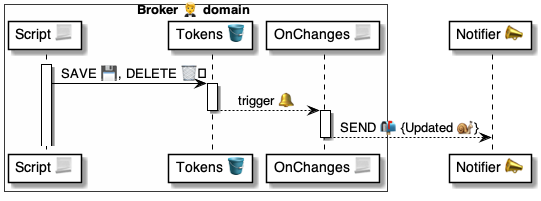
The PlantUML diagram 4 ⚙️ Solution/20 🧑‍🦰 UI/Brokers 🤵/🤵🪣 Broker tables/Chats 💬 table/🪣🔔 OnChatChanges/🤵 OnChatChanges ⚙️ uml.png in pollyweb-org/pollyweb-docs, before a commit. Its source is kept beside it as 4 ⚙️ Solution/20 🧑‍🦰 UI/Brokers 🤵/🤵🪣 Broker tables/Chats 💬 table/🪣🔔 OnChatChanges/🤵 OnChatChanges ⚙️ uml.puml.
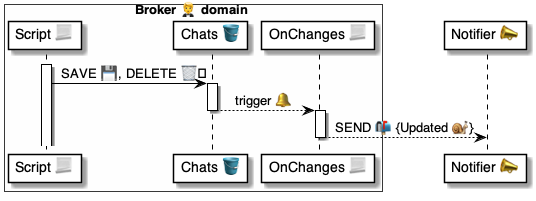
After the commit.

Change to the diagram source:
```diff
@@ -3,7 +3,7 @@
 
 box Broker 🤵 domain #FFFFFA
     participant "Script 📃" as script
-    participant "Tokens 🪣" as tokens
+    participant "Chats 🪣" as chats
     participant "OnChanges 📃" as change
 end box
 
@@ -11,11 +11,11 @@
 
 
 activate script
-    script -> tokens: SAVE 💾, DELETE 🗑️
+    script -> chats: SAVE 💾, DELETE 🗑️
 
-activate tokens
-    tokens --> change: trigger 🔔
-deactivate tokens
+activate chats
+    chats --> change: trigger 🔔
+deactivate chats
 
 activate change
     change --> notifier: SEND 📬 {Updated 🐌}
```
